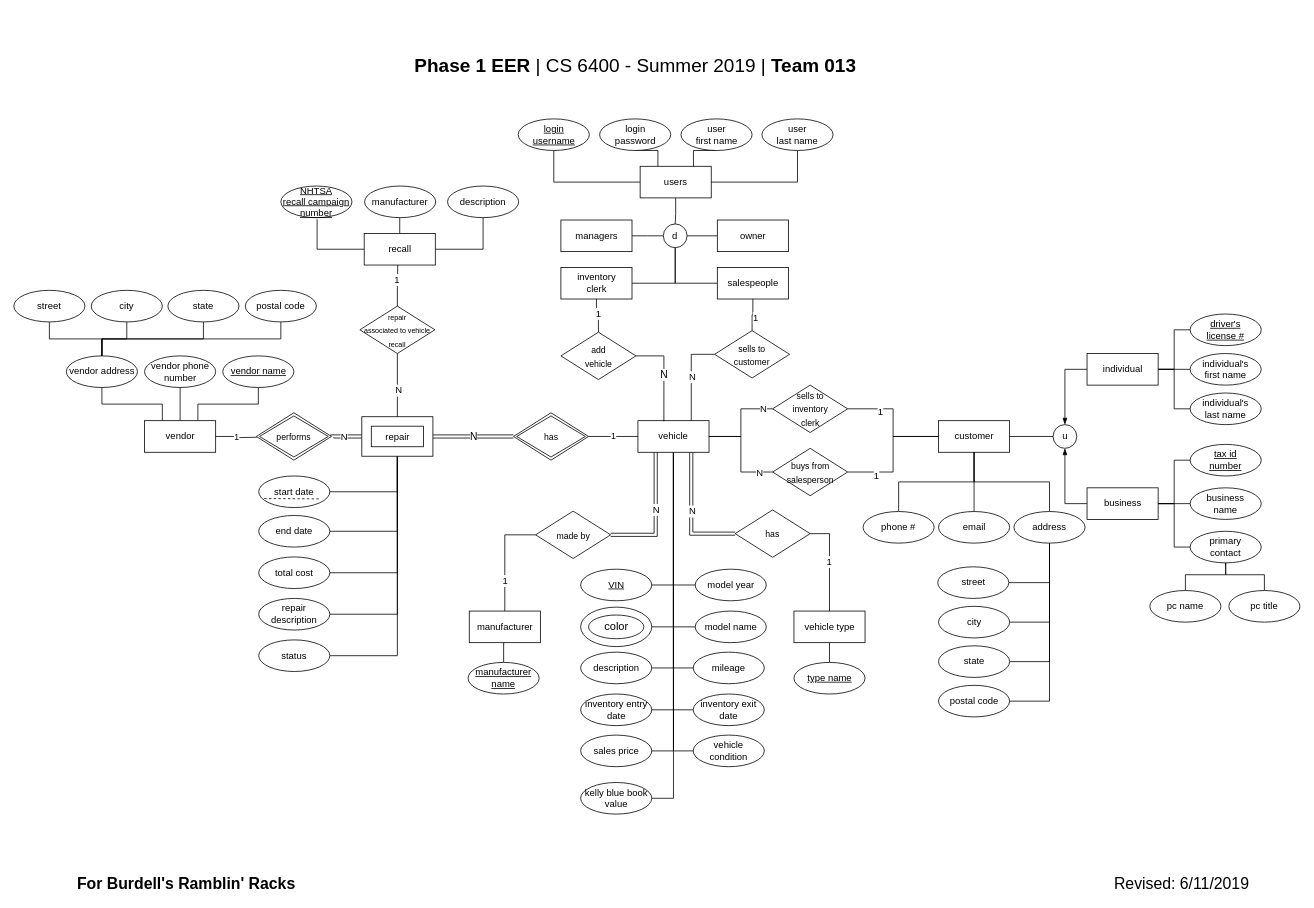
Above: page "cleaned-1" (2 of 2) of phase_1/eer_draft.drawio in meetashok/cs6400-crud-app (draw.io), before the change. Source tidied: cells renumbered, new cells numbered last; positions are measured from the earlier drawing's top-left corner, leaving out a move shared by most shapes. Both pictures are drawn from the tidied source at 79%, with x=0, y=0 at pixel (13, 53).
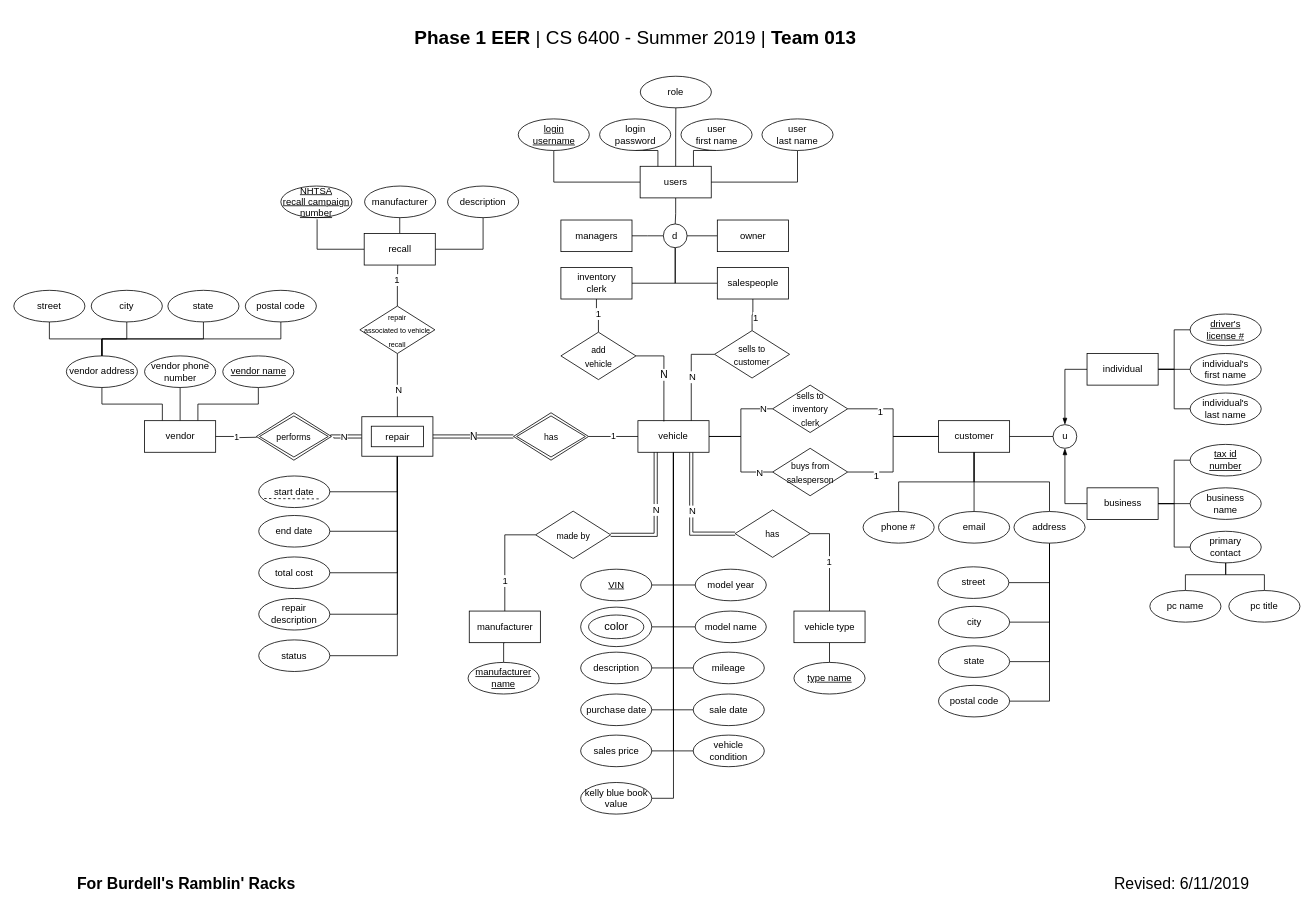
The same page after the edit.

Commit message (it also covers changes not shown here):
adding revised eer diagram along with phase 1 project report

Unchanged cells that the change refers to:
```xml
<mxCell id="10" value="users&lt;br&gt;" style="rounded=0;whiteSpace=wrap;html=1;" parent="1" vertex="1">
  <mxGeometry x="792.8" y="143" width="90" height="40" as="geometry" />
</mxCell>
```

What changed in the source:
```diff
@@
+    <mxCell id="167" style="edgeStyle=orthogonalEdgeStyle;rounded=0;jettySize=auto;html=1;exitX=0.5;exitY=0;exitDx=0;exitDy=0;entryX=0.5;entryY=1;entryDx=0;entryDy=0;endArrow=none;endFill=0;" parent="1" edge="1" source="10" target="168">
+      <mxGeometry relative="1" as="geometry" />
+    </mxCell>
@@
-    <mxCell id="87" value="inventory entry date&lt;br&gt;" style="ellipse;whiteSpace=wrap;html=1;" parent="1" vertex="1">
+    <mxCell id="87" value="purchase date&lt;br&gt;" style="ellipse;whiteSpace=wrap;html=1;" parent="1" vertex="1">
       <mxGeometry x="717.5" y="811" width="90" height="40" as="geometry" />
     </mxCell>
-    <mxCell id="88" value="inventory exit date&lt;br&gt;" style="ellipse;whiteSpace=wrap;html=1;" parent="1" vertex="1">
+    <mxCell id="88" value="sale date" style="ellipse;whiteSpace=wrap;html=1;" parent="1" vertex="1">
       <mxGeometry x="860" y="811" width="90" height="40" as="geometry" />
     </mxCell>
@@
-    <mxCell id="146" style="group;" parent="1" vertex="1">
-      <mxGeometry x="638.5" y="83" width="398.5" height="40" as="geometry" />
-    </mxCell>
-    <mxCell id="147" value="login&lt;br&gt;password" style="ellipse;whiteSpace=wrap;html=1;" parent="146" vertex="1">
-      <mxGeometry x="103" width="90" height="40" as="geometry" />
-    </mxCell>
-    <mxCell id="148" value="&lt;u&gt;login&lt;br&gt;username&lt;/u&gt;" style="ellipse;whiteSpace=wrap;html=1;" parent="146" vertex="1">
-      <mxGeometry width="90" height="40" as="geometry" />
-    </mxCell>
-    <mxCell id="149" value="user&lt;br&gt;first name&lt;br&gt;" style="ellipse;whiteSpace=wrap;html=1;" parent="146" vertex="1">
-      <mxGeometry x="206" width="90" height="40" as="geometry" />
-    </mxCell>
-    <mxCell id="150" value="user&lt;br&gt;last name&lt;br&gt;" style="ellipse;whiteSpace=wrap;html=1;" parent="146" vertex="1">
-      <mxGeometry x="308.5" width="90" height="40" as="geometry" />
-    </mxCell>
@@
     <mxCell id="163" value="&lt;h1&gt;Phase 1 EER&lt;span style=&quot;font-weight: normal&quot;&gt; | CS 6400 - Summer 2019 | &lt;/span&gt;Team 013&lt;/h1&gt;" style="text;html=1;strokeColor=none;fillColor=none;spacing=5;spacingTop=-20;whiteSpace=wrap;overflow=hidden;rounded=0;align=center;verticalAlign=middle;" parent="1" vertex="1">
-      <mxGeometry x="416.5" width="740" height="50" as="geometry" />
+      <mxGeometry x="416.5" y="-35" width="740" height="50" as="geometry" />
     </mxCell>
@@
+    <mxCell id="150" value="user&lt;br&gt;last name&lt;br&gt;" style="ellipse;whiteSpace=wrap;html=1;" parent="1" vertex="1">
+      <mxGeometry x="947" y="83" width="90" height="40" as="geometry" />
+    </mxCell>
+    <mxCell id="147" value="login&lt;br&gt;password" style="ellipse;whiteSpace=wrap;html=1;" parent="1" vertex="1">
+      <mxGeometry x="741.5" y="83" width="90" height="40" as="geometry" />
+    </mxCell>
+    <mxCell id="148" value="&lt;u&gt;login&lt;br&gt;username&lt;/u&gt;" style="ellipse;whiteSpace=wrap;html=1;" parent="1" vertex="1">
+      <mxGeometry x="638.5" y="83" width="90" height="40" as="geometry" />
+    </mxCell>
+    <mxCell id="149" value="user&lt;br&gt;first name&lt;br&gt;" style="ellipse;whiteSpace=wrap;html=1;" parent="1" vertex="1">
+      <mxGeometry x="844.5" y="83" width="90" height="40" as="geometry" />
+    </mxCell>
+    <mxCell id="168" value="role&lt;br&gt;" style="ellipse;whiteSpace=wrap;html=1;" parent="1" vertex="1">
+      <mxGeometry x="793" y="29" width="90" height="40" as="geometry" />
+    </mxCell>
```
